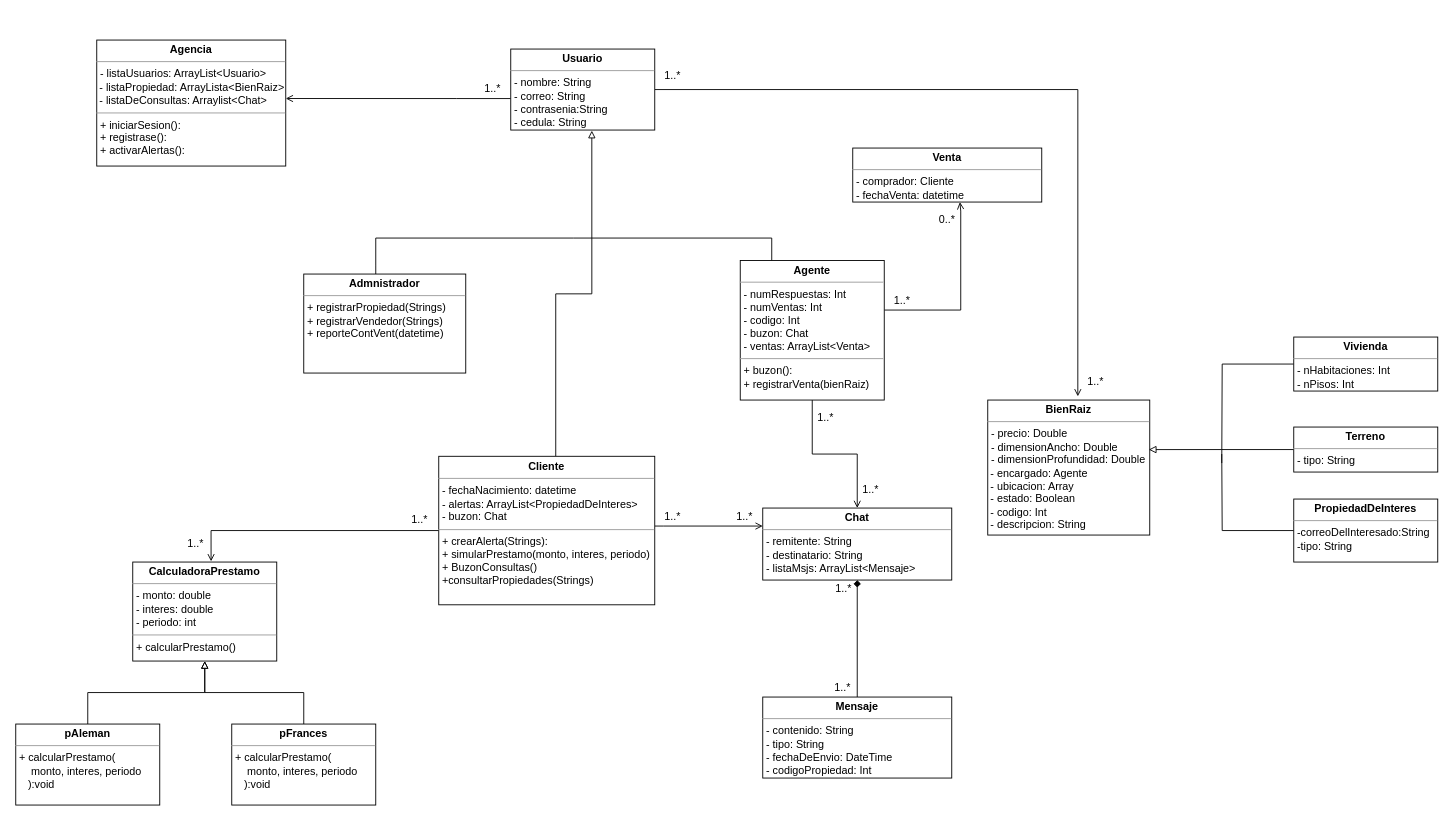
Above: ProyectoDocs/Untitled Diagram.drawio in KBalseca/Proyecto_POO (draw.io), before the change. Source tidied: cells renumbered, new cells numbered last; positions are measured from the earlier drawing's top-left corner, leaving out a move shared by most shapes. Both pictures are drawn from the tidied source at 90%, with x=0, y=0 at pixel (15, 40).
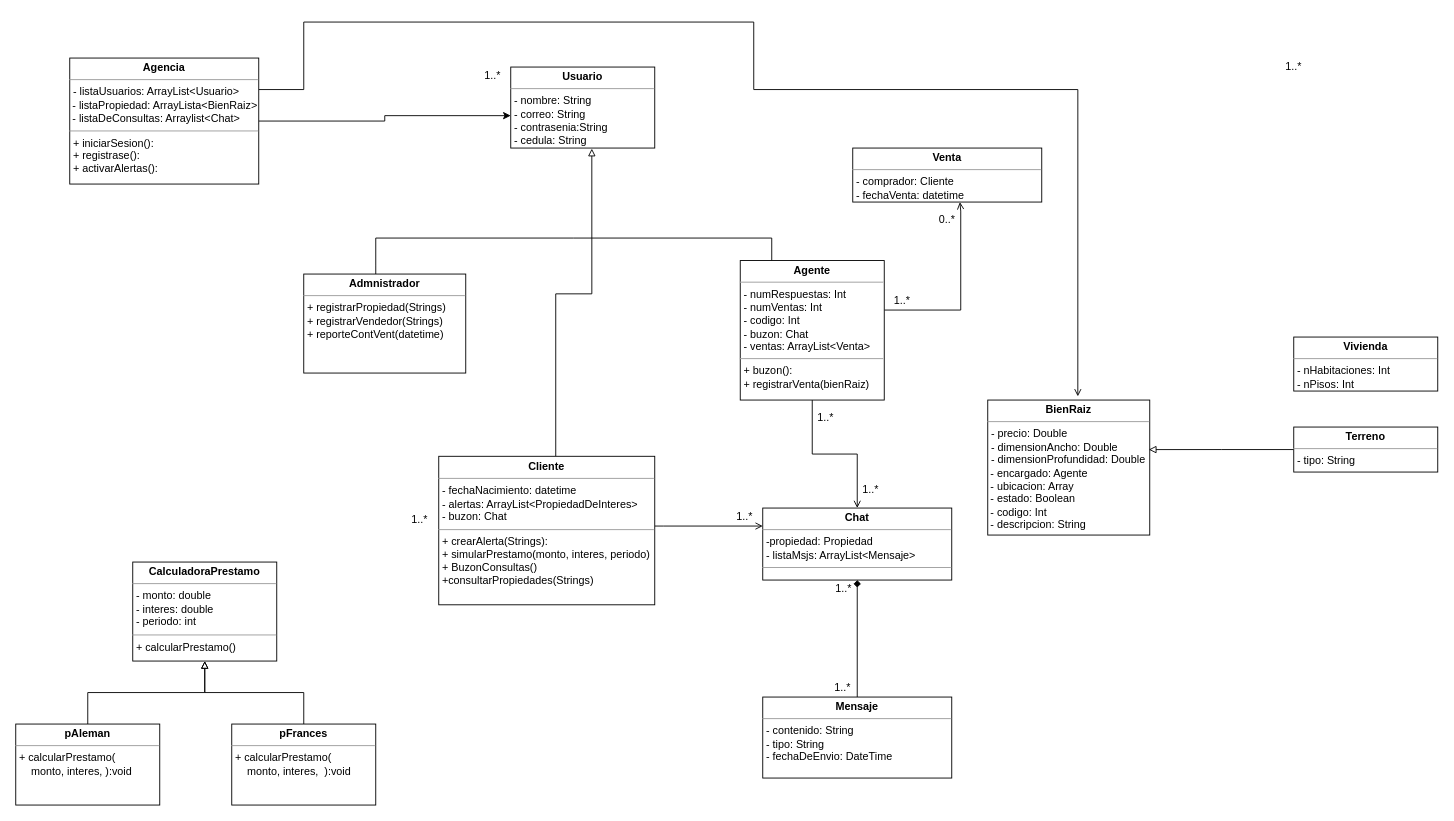
The same diagram, later.

Commit message:
Diagrama solucionado

The change refers to these unchanged cells:
```xml
<mxCell id="14" value="&lt;p style=&quot;margin: 0px ; margin-top: 4px ; text-align: center&quot;&gt;&lt;b&gt;Cliente&lt;/b&gt;&lt;/p&gt;&lt;hr size=&quot;1&quot;&gt;&lt;p style=&quot;margin: 0px 0px 0px 4px&quot;&gt;- fechaNacimiento: datetime&lt;/p&gt;&lt;p style=&quot;margin: 0px 0px 0px 4px&quot;&gt;- alertas: ArrayList&amp;lt;&lt;span&gt;PropiedadDeInteres&lt;/span&gt;&lt;span&gt;&amp;gt;&lt;/span&gt;&lt;/p&gt;&lt;p style=&quot;margin: 0px 0px 0px 4px&quot;&gt;&lt;span&gt;- buzon: Chat&lt;/span&gt;&lt;/p&gt;&lt;hr size=&quot;1&quot;&gt;&lt;p style=&quot;margin: 0px ; margin-left: 4px&quot;&gt;+ crearAlerta(Strings)&lt;span&gt;:&amp;nbsp;&lt;/span&gt;&lt;/p&gt;&lt;p style=&quot;margin: 0px ; margin-left: 4px&quot;&gt;&lt;span&gt;+ simularPrestamo(&lt;/span&gt;&lt;span&gt;monto, interes, periodo&lt;/span&gt;&lt;span&gt;)&lt;/span&gt;&lt;/p&gt;&lt;p style=&quot;margin: 0px ; margin-left: 4px&quot;&gt;&lt;span&gt;+ BuzonConsultas()&lt;/span&gt;&lt;/p&gt;&lt;p style=&quot;margin: 0px ; margin-left: 4px&quot;&gt;&lt;span&gt;+consultarPropiedades(Strings)&lt;/span&gt;&lt;/p&gt;" style="verticalAlign=top;align=left;overflow=fill;fontSize=12;fontFamily=Helvetica;html=1;" parent="1" vertex="1">
  <mxGeometry x="470" y="462.5" width="240" height="165" as="geometry" />
</mxCell>
<mxCell id="15" value="&lt;p style=&quot;margin: 0px ; margin-top: 4px ; text-align: center&quot;&gt;&lt;b&gt;BienRaiz&lt;/b&gt;&lt;/p&gt;&lt;hr size=&quot;1&quot;&gt;&lt;p style=&quot;margin: 0px ; margin-left: 4px&quot;&gt;- precio: Double&lt;/p&gt;&lt;p style=&quot;margin: 0px ; margin-left: 4px&quot;&gt;- dimensionAncho: Double&lt;/p&gt;&lt;p style=&quot;margin: 0px ; margin-left: 4px&quot;&gt;- dimensionProfundidad: Double&lt;/p&gt;&amp;nbsp;- encargado: Agente&lt;br&gt;&amp;nbsp;- ubicacion: Array&lt;br&gt;&amp;nbsp;- estado: Boolean&lt;br&gt;&amp;nbsp;- codigo: Int&lt;br&gt;&amp;nbsp;- descripcion: String&lt;br&gt;&lt;hr size=&quot;1&quot;&gt;&lt;p style=&quot;margin: 0px ; margin-left: 4px&quot;&gt;&lt;br&gt;&lt;/p&gt;" style="verticalAlign=top;align=left;overflow=fill;fontSize=12;fontFamily=Helvetica;html=1;" parent="1" vertex="1">
  <mxGeometry x="1080" y="400" width="180" height="150" as="geometry" />
</mxCell>
<mxCell id="17" value="&lt;p style=&quot;margin: 0px ; margin-top: 4px ; text-align: center&quot;&gt;&lt;b&gt;CalculadoraPrestamo&lt;/b&gt;&lt;/p&gt;&lt;hr size=&quot;1&quot;&gt;&lt;p style=&quot;margin: 0px ; margin-left: 4px&quot;&gt;- monto: double&lt;/p&gt;&lt;p style=&quot;margin: 0px ; margin-left: 4px&quot;&gt;- interes: double&lt;/p&gt;&lt;p style=&quot;margin: 0px ; margin-left: 4px&quot;&gt;- periodo: int&lt;/p&gt;&lt;hr size=&quot;1&quot;&gt;&lt;p style=&quot;margin: 0px 0px 0px 4px&quot;&gt;+ calcularPrestamo()&lt;/p&gt;&lt;div&gt;&lt;br&gt;&lt;/div&gt;" style="verticalAlign=top;align=left;overflow=fill;fontSize=12;fontFamily=Helvetica;html=1;" parent="1" vertex="1">
  <mxGeometry x="130" y="580" width="160" height="110" as="geometry" />
</mxCell>
<mxCell id="29" value="&lt;p style=&quot;margin: 0px ; margin-top: 4px ; text-align: center&quot;&gt;&lt;b&gt;Vivienda&lt;/b&gt;&lt;/p&gt;&lt;hr size=&quot;1&quot;&gt;&lt;p style=&quot;margin: 0px 0px 0px 4px&quot;&gt;- nHabitaciones: Int&lt;/p&gt;&lt;p style=&quot;margin: 0px 0px 0px 4px&quot;&gt;- nPisos: Int&lt;/p&gt;&lt;hr size=&quot;1&quot;&gt;&lt;p style=&quot;margin: 0px ; margin-left: 4px&quot;&gt;&lt;br&gt;&lt;/p&gt;" style="verticalAlign=top;align=left;overflow=fill;fontSize=12;fontFamily=Helvetica;html=1;" parent="1" vertex="1">
  <mxGeometry x="1420" y="330" width="160" height="60" as="geometry" />
</mxCell>
```

The edit, as a diff of the source:
```diff
@@
-    <mxCell id="8" style="edgeStyle=orthogonalEdgeStyle;rounded=0;jettySize=auto;html=1;entryX=1;entryY=0.464;entryDx=0;entryDy=0;entryPerimeter=0;endArrow=open;endFill=0;align=center;sketch=0;" parent="1" edge="1" source="10" target="16">
-      <mxGeometry relative="1" as="geometry">
-        <Array as="points">
-          <mxPoint x="490" y="65" />
-          <mxPoint x="490" y="65" />
-        </Array>
-      </mxGeometry>
-    </mxCell>
-    <mxCell id="9" style="edgeStyle=orthogonalEdgeStyle;rounded=0;jettySize=auto;html=1;entryX=0.556;entryY=-0.027;entryDx=0;entryDy=0;entryPerimeter=0;endArrow=open;endFill=0;" parent="1" edge="1" source="10" target="15">
+    <mxCell id="9" style="edgeStyle=orthogonalEdgeStyle;rounded=0;jettySize=auto;html=1;entryX=0.556;entryY=-0.027;entryDx=0;entryDy=0;entryPerimeter=0;endArrow=open;endFill=0;exitX=1;exitY=0.25;exitDx=0;exitDy=0;" parent="1" edge="1" source="16" target="15">
       <mxGeometry relative="1" as="geometry">
         <Array as="points">
+          <mxPoint x="320" y="55" />
+          <mxPoint x="320" y="-20" />
+          <mxPoint x="820" y="-20" />
+          <mxPoint x="820" y="55" />
           <mxPoint x="1180" y="55" />
         </Array>
       </mxGeometry>
     </mxCell>
     <mxCell id="10" value="&lt;p style=&quot;margin: 0px ; margin-top: 4px ; text-align: center&quot;&gt;&lt;b&gt;Usuario&lt;/b&gt;&lt;/p&gt;&lt;hr size=&quot;1&quot;&gt;&lt;p style=&quot;margin: 0px ; margin-left: 4px&quot;&gt;- nombre: String&lt;/p&gt;&lt;p style=&quot;margin: 0px ; margin-left: 4px&quot;&gt;- correo: String&lt;/p&gt;&lt;p style=&quot;margin: 0px ; margin-left: 4px&quot;&gt;- contrasenia:String&lt;/p&gt;&lt;p style=&quot;margin: 0px ; margin-left: 4px&quot;&gt;- cedula: String&lt;/p&gt;&lt;hr size=&quot;1&quot;&gt;&lt;p style=&quot;margin: 0px ; margin-left: 4px&quot;&gt;&lt;br&gt;&lt;/p&gt;" style="verticalAlign=top;align=left;overflow=fill;fontSize=12;fontFamily=Helvetica;html=1;" parent="1" vertex="1">
-      <mxGeometry x="550" y="10" width="160" height="90" as="geometry" />
+      <mxGeometry x="550" y="30" width="160" height="90" as="geometry" />
     </mxCell>
@@
-    <mxCell id="12" style="edgeStyle=orthogonalEdgeStyle;rounded=0;jettySize=auto;html=1;entryX=0.544;entryY=-0.007;entryDx=0;entryDy=0;entryPerimeter=0;endArrow=open;endFill=0;" parent="1" edge="1" source="14" target="17">
-      <mxGeometry relative="1" as="geometry" />
-    </mxCell>
@@
+    <mxCell id="47" style="edgeStyle=orthogonalEdgeStyle;rounded=0;jettySize=auto;html=1;entryX=0;entryY=0.6;entryDx=0;entryDy=0;entryPerimeter=0;" parent="1" edge="1" source="16" target="10">
+      <mxGeometry relative="1" as="geometry" />
+    </mxCell>
     <mxCell id="16" value="&lt;p style=&quot;margin: 0px ; margin-top: 4px ; text-align: center&quot;&gt;&lt;b&gt;Agencia&lt;/b&gt;&lt;/p&gt;&lt;hr size=&quot;1&quot;&gt;&lt;p style=&quot;margin: 0px ; margin-left: 4px&quot;&gt;- listaUsuarios: ArrayList&amp;lt;Usuario&amp;gt;&lt;/p&gt;&amp;nbsp;- listaPropiedad: ArrayLista&amp;lt;BienRaiz&amp;gt;&lt;br&gt;&amp;nbsp;- listaDeConsultas: Arraylist&amp;lt;Chat&amp;gt;&lt;br&gt;&lt;hr size=&quot;1&quot;&gt;&lt;p style=&quot;margin: 0px ; margin-left: 4px&quot;&gt;+ iniciarSesion():&lt;/p&gt;&lt;p style=&quot;margin: 0px ; margin-left: 4px&quot;&gt;+ registrase():&lt;/p&gt;&lt;p style=&quot;margin: 0px ; margin-left: 4px&quot;&gt;+ activarAlertas():&lt;br&gt;&lt;/p&gt;" style="verticalAlign=top;align=left;overflow=fill;fontSize=12;fontFamily=Helvetica;html=1;" parent="1" vertex="1">
-      <mxGeometry x="90" width="210" height="140" as="geometry" />
+      <mxGeometry x="60" y="20" width="210" height="140" as="geometry" />
     </mxCell>
@@
-    <mxCell id="19" value="&lt;p style=&quot;margin: 0px ; margin-top: 4px ; text-align: center&quot;&gt;&lt;b&gt;pFrances&lt;/b&gt;&lt;/p&gt;&lt;hr size=&quot;1&quot;&gt;&lt;p style=&quot;margin: 0px ; margin-left: 4px&quot;&gt;&lt;/p&gt;&lt;p style=&quot;margin: 0px 0px 0px 4px&quot;&gt;+ calcularPrestamo(&lt;/p&gt;&lt;p style=&quot;margin: 0px 0px 0px 4px&quot;&gt;&amp;nbsp; &amp;nbsp; monto, interes, periodo&lt;/p&gt;&lt;p style=&quot;margin: 0px 0px 0px 4px&quot;&gt;&amp;nbsp; &amp;nbsp;):void&lt;/p&gt;" style="verticalAlign=top;align=left;overflow=fill;fontSize=12;fontFamily=Helvetica;html=1;" parent="1" vertex="1">
+    <mxCell id="19" value="&lt;p style=&quot;margin: 0px ; margin-top: 4px ; text-align: center&quot;&gt;&lt;b&gt;pFrances&lt;/b&gt;&lt;/p&gt;&lt;hr size=&quot;1&quot;&gt;&lt;p style=&quot;margin: 0px ; margin-left: 4px&quot;&gt;&lt;/p&gt;&lt;p style=&quot;margin: 0px 0px 0px 4px&quot;&gt;+ calcularPrestamo(&lt;/p&gt;&lt;p style=&quot;margin: 0px 0px 0px 4px&quot;&gt;&amp;nbsp; &amp;nbsp; monto, interes,&amp;nbsp;&lt;span&gt;&amp;nbsp;):void&lt;/span&gt;&lt;/p&gt;" style="verticalAlign=top;align=left;overflow=fill;fontSize=12;fontFamily=Helvetica;html=1;" parent="1" vertex="1">
       <mxGeometry x="240" y="760" width="160" height="90" as="geometry" />
     </mxCell>
@@
-    <mxCell id="21" value="&lt;p style=&quot;margin: 0px ; margin-top: 4px ; text-align: center&quot;&gt;&lt;b&gt;pAleman&lt;/b&gt;&lt;/p&gt;&lt;hr size=&quot;1&quot;&gt;&lt;p style=&quot;margin: 0px ; margin-left: 4px&quot;&gt;&lt;/p&gt;&lt;p style=&quot;margin: 0px ; margin-left: 4px&quot;&gt;+ calcularPrestamo(&lt;/p&gt;&lt;p style=&quot;margin: 0px ; margin-left: 4px&quot;&gt;&amp;nbsp; &amp;nbsp; monto, interes, periodo&lt;/p&gt;&lt;p style=&quot;margin: 0px ; margin-left: 4px&quot;&gt;&amp;nbsp; &amp;nbsp;):void&lt;/p&gt;" style="verticalAlign=top;align=left;overflow=fill;fontSize=12;fontFamily=Helvetica;html=1;" parent="1" vertex="1">
+    <mxCell id="21" value="&lt;p style=&quot;margin: 0px ; margin-top: 4px ; text-align: center&quot;&gt;&lt;b&gt;pAleman&lt;/b&gt;&lt;/p&gt;&lt;hr size=&quot;1&quot;&gt;&lt;p style=&quot;margin: 0px ; margin-left: 4px&quot;&gt;&lt;/p&gt;&lt;p style=&quot;margin: 0px ; margin-left: 4px&quot;&gt;+ calcularPrestamo(&lt;/p&gt;&lt;p style=&quot;margin: 0px ; margin-left: 4px&quot;&gt;&amp;nbsp; &amp;nbsp; monto, interes,&amp;nbsp;&lt;span&gt;):void&lt;/span&gt;&lt;/p&gt;" style="verticalAlign=top;align=left;overflow=fill;fontSize=12;fontFamily=Helvetica;html=1;" parent="1" vertex="1">
       <mxGeometry y="760" width="160" height="90" as="geometry" />
     </mxCell>
@@
-    <mxCell id="24" value="&lt;p style=&quot;margin: 0px ; margin-top: 4px ; text-align: center&quot;&gt;&lt;b&gt;Mensaje&lt;/b&gt;&lt;/p&gt;&lt;hr size=&quot;1&quot;&gt;&lt;p style=&quot;margin: 0px 0px 0px 4px&quot;&gt;&lt;span&gt;- contenido: String&lt;/span&gt;&lt;br&gt;&lt;/p&gt;&lt;p style=&quot;margin: 0px 0px 0px 4px&quot;&gt;- tipo: String&lt;/p&gt;&lt;p style=&quot;margin: 0px 0px 0px 4px&quot;&gt;- fechaDeEnvio: DateTime&lt;/p&gt;&lt;p style=&quot;margin: 0px 0px 0px 4px&quot;&gt;- codigoPropiedad: Int&lt;/p&gt;&lt;hr size=&quot;1&quot;&gt;&lt;p style=&quot;margin: 0px ; margin-left: 4px&quot;&gt;&lt;br&gt;&lt;/p&gt;" style="verticalAlign=top;align=left;overflow=fill;fontSize=12;fontFamily=Helvetica;html=1;" parent="1" vertex="1">
+    <mxCell id="24" value="&lt;p style=&quot;margin: 0px ; margin-top: 4px ; text-align: center&quot;&gt;&lt;b&gt;Mensaje&lt;/b&gt;&lt;/p&gt;&lt;hr size=&quot;1&quot;&gt;&lt;p style=&quot;margin: 0px 0px 0px 4px&quot;&gt;&lt;span&gt;- contenido: String&lt;/span&gt;&lt;br&gt;&lt;/p&gt;&lt;p style=&quot;margin: 0px 0px 0px 4px&quot;&gt;- tipo: String&lt;/p&gt;&lt;p style=&quot;margin: 0px 0px 0px 4px&quot;&gt;- fechaDeEnvio: DateTime&lt;/p&gt;&lt;p style=&quot;margin: 0px 0px 0px 4px&quot;&gt;&lt;br&gt;&lt;/p&gt;&lt;hr size=&quot;1&quot;&gt;&lt;p style=&quot;margin: 0px ; margin-left: 4px&quot;&gt;&lt;br&gt;&lt;/p&gt;" style="verticalAlign=top;align=left;overflow=fill;fontSize=12;fontFamily=Helvetica;html=1;" parent="1" vertex="1">
       <mxGeometry x="830" y="730" width="210" height="90" as="geometry" />
     </mxCell>
@@
-    <mxCell id="28" style="edgeStyle=orthogonalEdgeStyle;rounded=0;jettySize=auto;html=1;endArrow=none;endFill=0;" parent="1" edge="1" source="29">
-      <mxGeometry relative="1" as="geometry">
-        <mxPoint x="1340" y="470" as="targetPoint" />
-      </mxGeometry>
-    </mxCell>
@@
-    <mxCell id="30" style="edgeStyle=orthogonalEdgeStyle;rounded=0;jettySize=auto;html=1;endArrow=none;endFill=0;" parent="1" edge="1" source="31">
-      <mxGeometry relative="1" as="geometry">
-        <mxPoint x="1340" y="460" as="targetPoint" />
-      </mxGeometry>
-    </mxCell>
-    <mxCell id="31" value="&lt;p style=&quot;margin: 0px ; margin-top: 4px ; text-align: center&quot;&gt;&lt;b&gt;PropiedadDeInteres&lt;/b&gt;&lt;/p&gt;&lt;hr size=&quot;1&quot;&gt;&lt;p style=&quot;margin: 0px ; margin-left: 4px&quot;&gt;-correoDelInteresado:String&lt;br&gt;&lt;/p&gt;&lt;p style=&quot;margin: 0px ; margin-left: 4px&quot;&gt;-tipo: String&lt;/p&gt;" style="verticalAlign=top;align=left;overflow=fill;fontSize=12;fontFamily=Helvetica;html=1;" parent="1" vertex="1">
-      <mxGeometry x="1420" y="510" width="160" height="70" as="geometry" />
-    </mxCell>
-    <mxCell id="32" value="&lt;p style=&quot;margin: 0px ; margin-top: 4px ; text-align: center&quot;&gt;&lt;b&gt;Chat&lt;/b&gt;&lt;/p&gt;&lt;hr size=&quot;1&quot;&gt;&lt;p style=&quot;margin: 0px 0px 0px 4px&quot;&gt;- remitente: String&lt;/p&gt;&lt;p style=&quot;margin: 0px 0px 0px 4px&quot;&gt;- destinatario: String&lt;/p&gt;&lt;p style=&quot;margin: 0px 0px 0px 4px&quot;&gt;- listaMsjs: ArrayList&amp;lt;Mensaje&amp;gt;&lt;/p&gt;&lt;hr size=&quot;1&quot;&gt;&lt;p style=&quot;margin: 0px ; margin-left: 4px&quot;&gt;&lt;br&gt;&lt;/p&gt;" style="verticalAlign=top;align=left;overflow=fill;fontSize=12;fontFamily=Helvetica;html=1;" parent="1" vertex="1">
+    <mxCell id="32" value="&lt;p style=&quot;margin: 0px ; margin-top: 4px ; text-align: center&quot;&gt;&lt;b&gt;Chat&lt;/b&gt;&lt;/p&gt;&lt;hr size=&quot;1&quot;&gt;&lt;p style=&quot;margin: 0px 0px 0px 4px&quot;&gt;-propiedad: Propiedad&lt;/p&gt;&lt;p style=&quot;margin: 0px 0px 0px 4px&quot;&gt;- listaMsjs: ArrayList&amp;lt;Mensaje&amp;gt;&lt;/p&gt;&lt;hr size=&quot;1&quot;&gt;&lt;p style=&quot;margin: 0px ; margin-left: 4px&quot;&gt;&lt;br&gt;&lt;/p&gt;" style="verticalAlign=top;align=left;overflow=fill;fontSize=12;fontFamily=Helvetica;html=1;" parent="1" vertex="1">
       <mxGeometry x="830" y="520" width="210" height="80" as="geometry" />
     </mxCell>
-    <mxCell id="33" value="1..*" style="text;html=1;strokeColor=none;fillColor=none;align=center;verticalAlign=middle;whiteSpace=wrap;rounded=0;" parent="1" vertex="1">
-      <mxGeometry x="510" y="44" width="40" height="20" as="geometry" />
-    </mxCell>
@@
-    <mxCell id="35" value="1..*" style="text;html=1;strokeColor=none;fillColor=none;align=center;verticalAlign=middle;whiteSpace=wrap;rounded=0;" parent="1" vertex="1">
-      <mxGeometry x="180" y="550" width="40" height="20" as="geometry" />
-    </mxCell>
@@
-    <mxCell id="40" value="1..*" style="text;html=1;strokeColor=none;fillColor=none;align=center;verticalAlign=middle;whiteSpace=wrap;rounded=0;" parent="1" vertex="1">
-      <mxGeometry x="710" y="520" width="40" height="20" as="geometry" />
-    </mxCell>
@@
     <mxCell id="44" value="1..*" style="text;html=1;strokeColor=none;fillColor=none;align=center;verticalAlign=middle;whiteSpace=wrap;rounded=0;" parent="1" vertex="1">
-      <mxGeometry x="710" y="30" width="40" height="20" as="geometry" />
+      <mxGeometry x="1400" y="20" width="40" height="20" as="geometry" />
     </mxCell>
-    <mxCell id="45" value="1..*" style="text;html=1;strokeColor=none;fillColor=none;align=center;verticalAlign=middle;whiteSpace=wrap;rounded=0;" parent="1" vertex="1">
-      <mxGeometry x="1180" y="370" width="40" height="20" as="geometry" />
-    </mxCell>
@@
+    <mxCell id="48" value="1..*" style="text;html=1;strokeColor=none;fillColor=none;align=center;verticalAlign=middle;whiteSpace=wrap;rounded=0;" parent="1" vertex="1">
+      <mxGeometry x="510" y="30" width="40" height="20" as="geometry" />
+    </mxCell>
```
